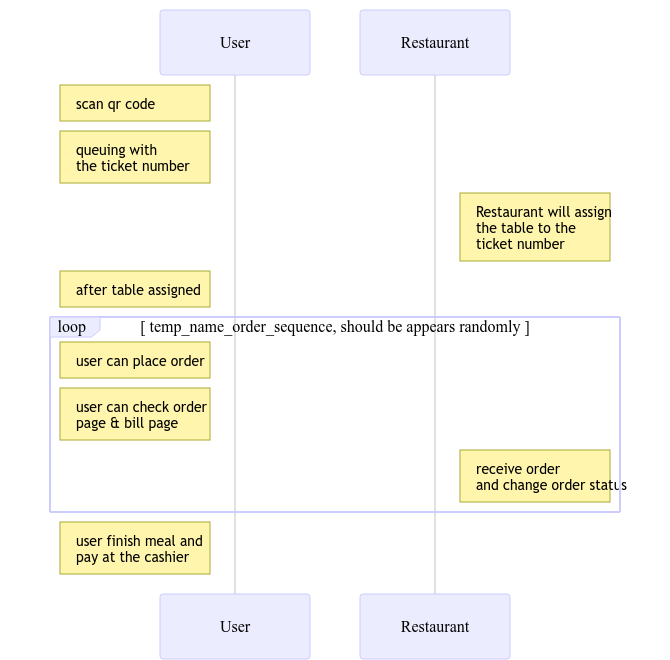
This is docs/flows/grand_picture/scenario1.png from LynkedKK/QA_test_scripts, a Mermaid export, as it was before one commit. Its source is kept beside it as docs/flows/grand_picture/scenario1.mmd.
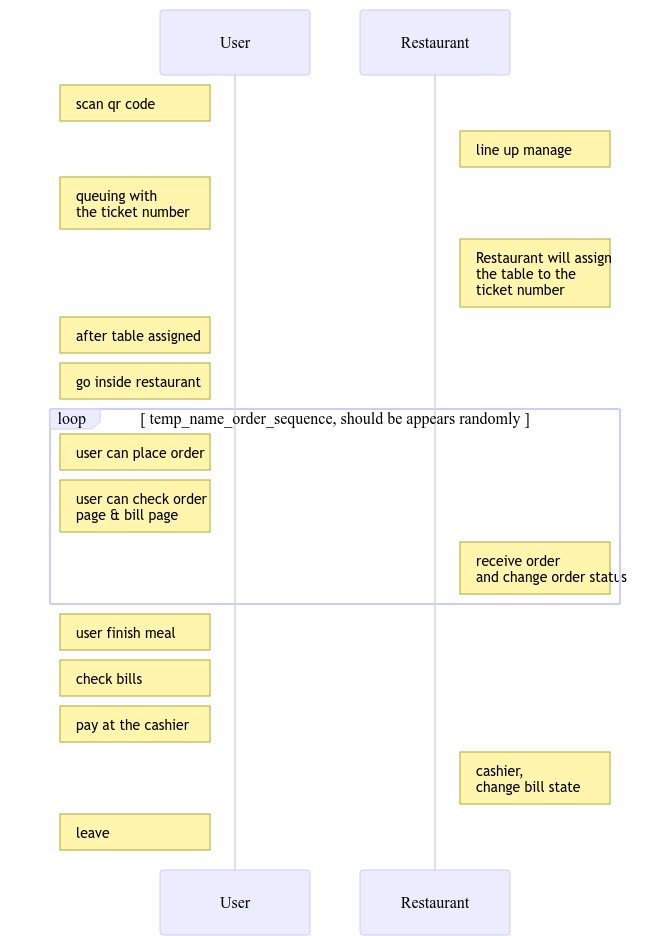
Later version of the same file.

Commit message:
update smoke test flow,

The edit, as a diff of the source:
```diff
@@ -1,15 +1,22 @@
 sequenceDiagram
     participant User
     participant Restaurant
+
     Note left of User: scan qr code
+    Note right of Restaurant: line up manage
     Note left of User: queuing with <br/>the ticket number
     Note right of Restaurant: Restaurant will assign <br/> the table to the<br/> ticket number
+
     Note left of User: after table assigned
-
+    Note left of User: go inside restaurant
     loop temp_name_order_sequence, should be appears randomly
       Note left of User: user can place order
       Note left of User: user can check order <br/> page & bill page
       Note right of Restaurant: receive order<br/> and change order status
     end
 
-    Note left of User: user finish meal and<br/> pay at the cashier
+    Note left of User: user finish meal
+    Note left of User: check bills
+    Note left of User: pay at the cashier
+    Note right of Restaurant: cashier, <br/>change bill state
+    Note left of User: leave
```
